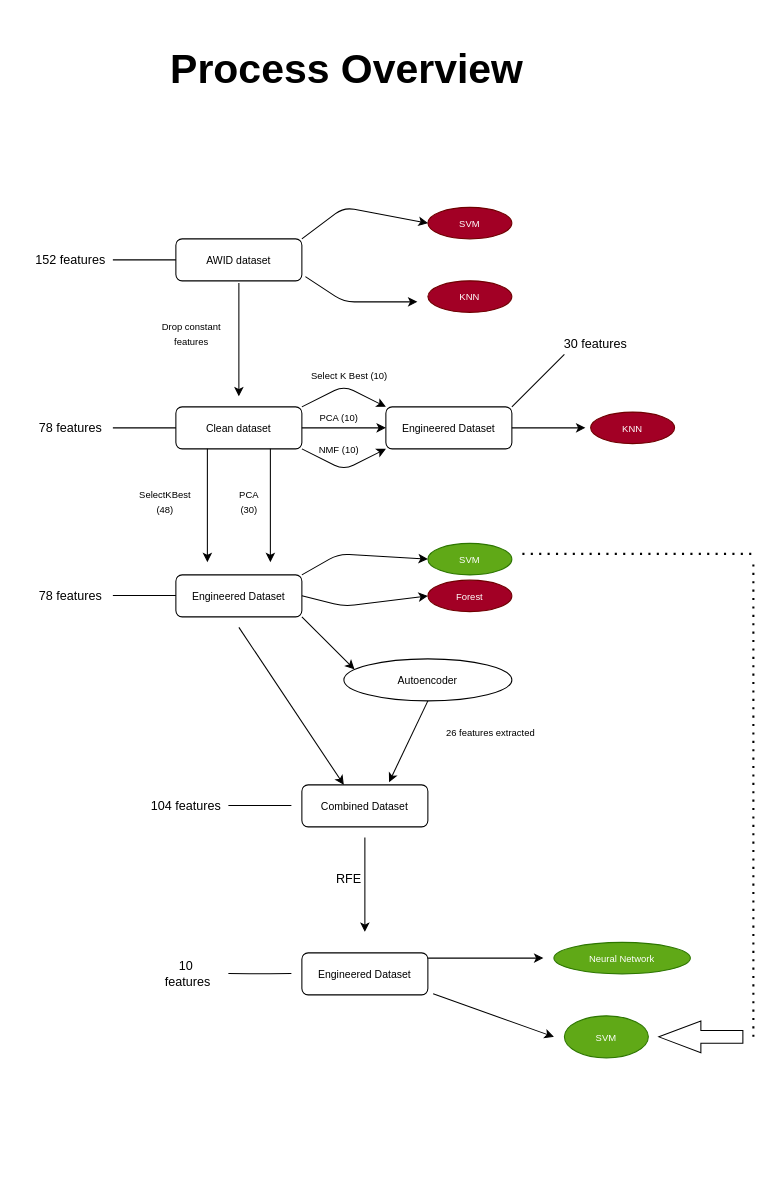
The draw.io diagram Process Flow.drawio in acicca01/cyber, before the edit. Source tidied: cells renumbered, new cells numbered last; positions are measured from the earlier drawing's top-left corner, leaving out a move shared by most shapes. Both pictures are drawn from the tidied source at 105%, with x=0, y=0 at pixel (18, 28).
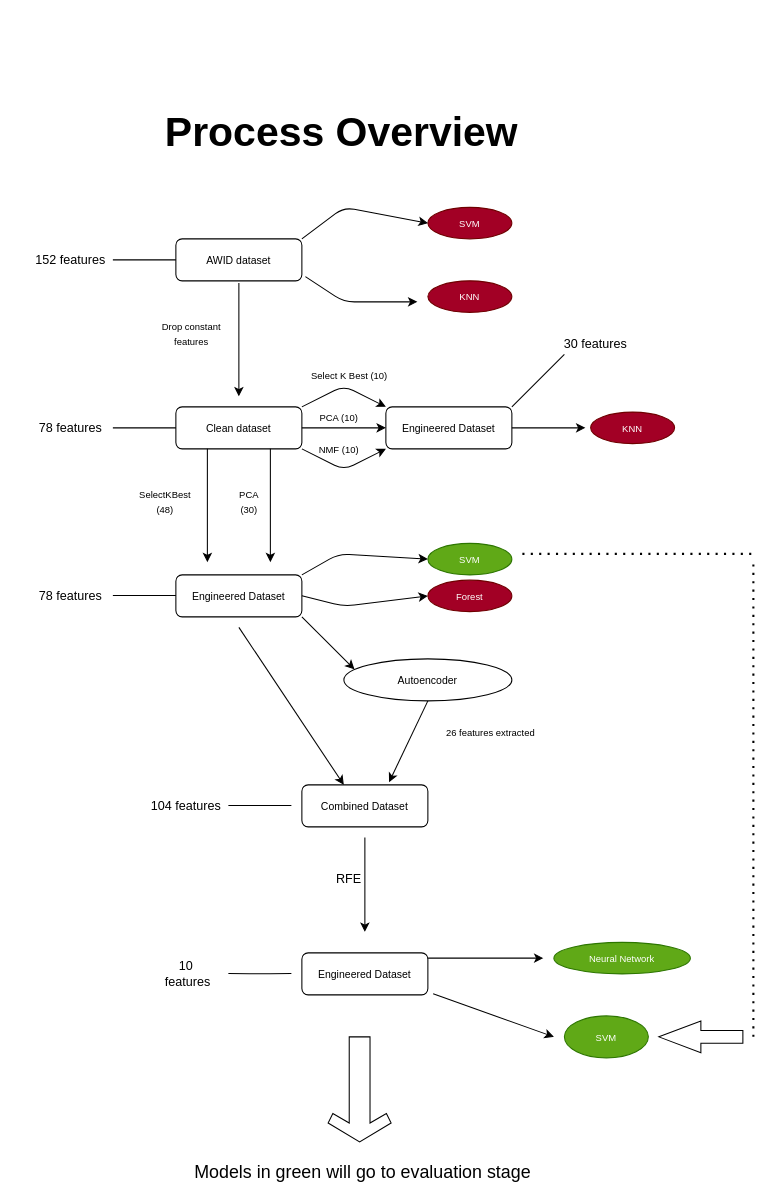
The same diagram, later.

Diff of the diagram source:
```diff
@@
     <mxCell id="51" value="&lt;h1 style=&quot;font-size: 39px&quot;&gt;&lt;font style=&quot;font-size: 39px&quot;&gt;Process Overview&lt;/font&gt;&lt;/h1&gt;&lt;p style=&quot;font-size: 39px&quot;&gt;&lt;font style=&quot;font-size: 39px&quot;&gt;&amp;nbsp;&lt;/font&gt;&lt;/p&gt;" style="text;html=1;strokeColor=none;fillColor=none;spacing=5;spacingTop=-20;whiteSpace=wrap;overflow=hidden;rounded=0;" parent="1" vertex="1">
-      <mxGeometry x="140" width="380" height="120" as="geometry" />
+      <mxGeometry x="135" y="60" width="380" height="80" as="geometry" />
     </mxCell>
@@
+    <mxCell id="57" style="html=1;shadow=0;dashed=0;align=center;verticalAlign=middle;shape=mxgraph.arrows2.sharpArrow2;dy1=0.67;dx1=18;dx2=18;dy3=0.15;dx3=27;notch=0;rotation=90;" parent="1" vertex="1">
+      <mxGeometry x="275" y="980" width="100" height="60" as="geometry" />
+    </mxCell>
+    <mxCell id="58" value="&lt;font style=&quot;font-size: 17px&quot;&gt;Models in green will go to evaluation stage&amp;nbsp;&lt;/font&gt;" style="text;html=1;align=center;verticalAlign=middle;" parent="1" vertex="1">
+      <mxGeometry x="160" y="1080" width="340" height="20" as="geometry" />
+    </mxCell>
```
